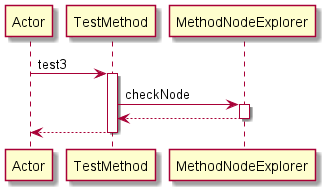
manucapo/Gardener keeps this PlantUML diagram as Diagrams/SAFE/test3.png. Above is the earlier version. Its diagram source:
```plantuml
@startuml
participant Actor
Actor -> TestMethod: test3
activate TestMethod
TestMethod -> MethodNodeExplorer: checkNode
activate MethodNodeExplorer
MethodNodeExplorer-->TestMethod
deactivate MethodNodeExplorer
return
@enduml
```
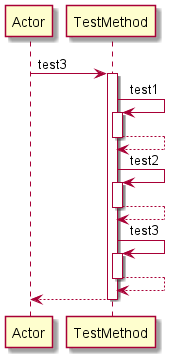
Above is the later version.

The edit, as a diff of the source:
```diff
@@ -2,9 +2,17 @@
 participant Actor
 Actor -> TestMethod: test3
 activate TestMethod
-TestMethod -> MethodNodeExplorer: checkNode
-activate MethodNodeExplorer
-MethodNodeExplorer-->TestMethod
-deactivate MethodNodeExplorer
+TestMethod -> TestMethod: test1
+activate TestMethod
+TestMethod-->TestMethod
+deactivate TestMethod
+TestMethod -> TestMethod: test2
+activate TestMethod
+TestMethod-->TestMethod
+deactivate TestMethod
+TestMethod -> TestMethod: test3
+activate TestMethod
+TestMethod-->TestMethod
+deactivate TestMethod
 return
 @enduml
```
